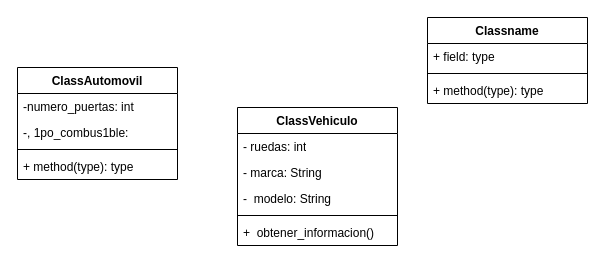
Above: src/DiagramaSistemagestionvehiculo.drawio in Mariayey12/Sistemagestionvehiculo (draw.io), before the change. Source tidied: cells renumbered, new cells numbered last; positions are measured from the earlier drawing's top-left corner, leaving out a move shared by most shapes. Both pictures are drawn from the tidied source at 100%, with x=0, y=0 at pixel (17, 17).
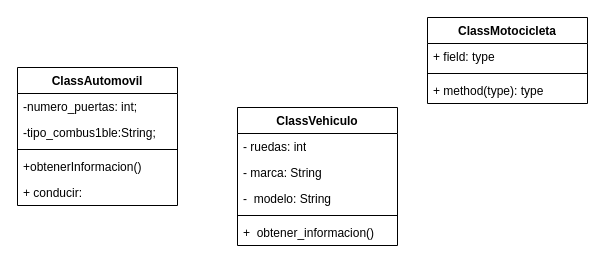
The same diagram, later.

The edit, as a diff of the source:
```diff
@@
 <mxGraphModel>
   <root>
     <mxCell id="0" />
     <mxCell id="1" parent="0" />
     <mxCell id="2" value="ClassVehiculo" style="swimlane;fontStyle=1;align=center;verticalAlign=top;horizontal=1;startSize=26;whiteSpace=wrap;html=1;" parent="1" vertex="1">
       <mxGeometry x="220" y="90" width="160" height="138" as="geometry" />
     </mxCell>
     <mxCell id="3" value="- ruedas: int" style="text;strokeColor=none;fillColor=none;align=left;verticalAlign=top;spacingLeft=4;spacingRight=4;overflow=hidden;whiteSpace=wrap;html=1;" parent="2" vertex="1">
       <mxGeometry y="26" width="160" height="26" as="geometry" />
     </mxCell>
     <mxCell id="4" value="- marca:&amp;nbsp;String" style="text;strokeColor=none;fillColor=none;align=left;verticalAlign=top;spacingLeft=4;spacingRight=4;overflow=hidden;whiteSpace=wrap;html=1;" parent="2" vertex="1">
       <mxGeometry y="52" width="160" height="26" as="geometry" />
     </mxCell>
     <mxCell id="5" value="-&amp;nbsp; modelo:&amp;nbsp;String" style="text;strokeColor=none;fillColor=none;align=left;verticalAlign=top;spacingLeft=4;spacingRight=4;overflow=hidden;whiteSpace=wrap;html=1;" parent="2" vertex="1">
       <mxGeometry y="78" width="160" height="26" as="geometry" />
     </mxCell>
     <mxCell id="6" style="line;strokeWidth=1;fillColor=none;align=left;verticalAlign=middle;spacingTop=-1;spacingLeft=3;spacingRight=3;labelPosition=right;strokeColor=inherit;" parent="2" vertex="1">
       <mxGeometry y="104" width="160" height="8" as="geometry" />
     </mxCell>
     <mxCell id="7" value="+&amp;nbsp;&amp;nbsp;obtener_informacion() " style="text;strokeColor=none;fillColor=none;align=left;verticalAlign=top;spacingLeft=4;spacingRight=4;overflow=hidden;whiteSpace=wrap;html=1;" parent="2" vertex="1">
       <mxGeometry y="112" width="160" height="26" as="geometry" />
     </mxCell>
     <mxCell id="8" value="ClassAutomovil" style="swimlane;fontStyle=1;align=center;verticalAlign=top;horizontal=1;startSize=26;whiteSpace=wrap;html=1;" parent="1" vertex="1">
-      <mxGeometry y="50" width="160" height="112" as="geometry" />
+      <mxGeometry y="50" width="160" height="138" as="geometry" />
     </mxCell>
-    <mxCell id="9" value="-numero_puertas: int" style="text;strokeColor=none;fillColor=none;align=left;verticalAlign=top;spacingLeft=4;spacingRight=4;overflow=hidden;whiteSpace=wrap;html=1;" parent="8" vertex="1">
+    <mxCell id="9" value="-numero_puertas: int;" style="text;strokeColor=none;fillColor=none;align=left;verticalAlign=top;spacingLeft=4;spacingRight=4;overflow=hidden;whiteSpace=wrap;html=1;" parent="8" vertex="1">
       <mxGeometry y="26" width="160" height="26" as="geometry" />
     </mxCell>
-    <mxCell id="10" value="-, 1po_combus1ble:" style="text;strokeColor=none;fillColor=none;align=left;verticalAlign=top;spacingLeft=4;spacingRight=4;overflow=hidden;whiteSpace=wrap;html=1;" parent="8" vertex="1">
+    <mxCell id="10" value="-tipo_combus1ble:String;" style="text;strokeColor=none;fillColor=none;align=left;verticalAlign=top;spacingLeft=4;spacingRight=4;overflow=hidden;whiteSpace=wrap;html=1;" parent="8" vertex="1">
       <mxGeometry y="52" width="160" height="26" as="geometry" />
     </mxCell>
     <mxCell id="11" style="line;strokeWidth=1;fillColor=none;align=left;verticalAlign=middle;spacingTop=-1;spacingLeft=3;spacingRight=3;labelPosition=right;strokeColor=inherit;" parent="8" vertex="1">
       <mxGeometry y="78" width="160" height="8" as="geometry" />
     </mxCell>
-    <mxCell id="12" value="+ method(type): type" style="text;strokeColor=none;fillColor=none;align=left;verticalAlign=top;spacingLeft=4;spacingRight=4;overflow=hidden;whiteSpace=wrap;html=1;" parent="8" vertex="1">
+    <mxCell id="12" value="+obtenerInformacion()" style="text;strokeColor=none;fillColor=none;align=left;verticalAlign=top;spacingLeft=4;spacingRight=4;overflow=hidden;whiteSpace=wrap;html=1;" parent="8" vertex="1">
       <mxGeometry y="86" width="160" height="26" as="geometry" />
     </mxCell>
+    <mxCell id="17" value="+ conducir:&amp;nbsp;" style="text;strokeColor=none;fillColor=none;align=left;verticalAlign=top;spacingLeft=4;spacingRight=4;overflow=hidden;whiteSpace=wrap;html=1;" parent="8" vertex="1">
+      <mxGeometry y="112" width="160" height="26" as="geometry" />
+    </mxCell>
-    <mxCell id="13" value="Classname" style="swimlane;fontStyle=1;align=center;verticalAlign=top;horizontal=1;startSize=26;whiteSpace=wrap;html=1;" parent="1" vertex="1">
+    <mxCell id="13" value="ClassMotocicleta" style="swimlane;fontStyle=1;align=center;verticalAlign=top;horizontal=1;startSize=26;whiteSpace=wrap;html=1;" parent="1" vertex="1">
       <mxGeometry x="410" width="160" height="86" as="geometry" />
     </mxCell>
     <mxCell id="14" value="+ field: type" style="text;strokeColor=none;fillColor=none;align=left;verticalAlign=top;spacingLeft=4;spacingRight=4;overflow=hidden;whiteSpace=wrap;html=1;" parent="13" vertex="1">
       <mxGeometry y="26" width="160" height="26" as="geometry" />
     </mxCell>
     <mxCell id="15" style="line;strokeWidth=1;fillColor=none;align=left;verticalAlign=middle;spacingTop=-1;spacingLeft=3;spacingRight=3;labelPosition=right;strokeColor=inherit;" parent="13" vertex="1">
       <mxGeometry y="52" width="160" height="8" as="geometry" />
     </mxCell>
     <mxCell id="16" value="+ method(type): type" style="text;strokeColor=none;fillColor=none;align=left;verticalAlign=top;spacingLeft=4;spacingRight=4;overflow=hidden;whiteSpace=wrap;html=1;" parent="13" vertex="1">
       <mxGeometry y="60" width="160" height="26" as="geometry" />
     </mxCell>
   </root>
 </mxGraphModel>
```
